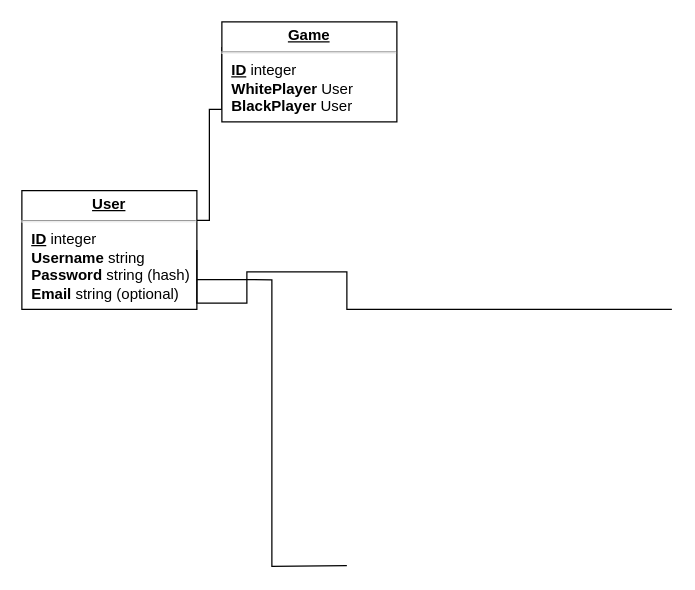
Earlier version of the draw.io diagram Untitled Diagram.drawio (Ultrasonic1209/chess-app-frontend). Source tidied: cells renumbered, new cells numbered last; positions are measured from the earlier drawing's top-left corner, leaving out a move shared by most shapes. Both pictures are drawn from the tidied source at 125%, with x=0, y=0 at pixel (21, 21).
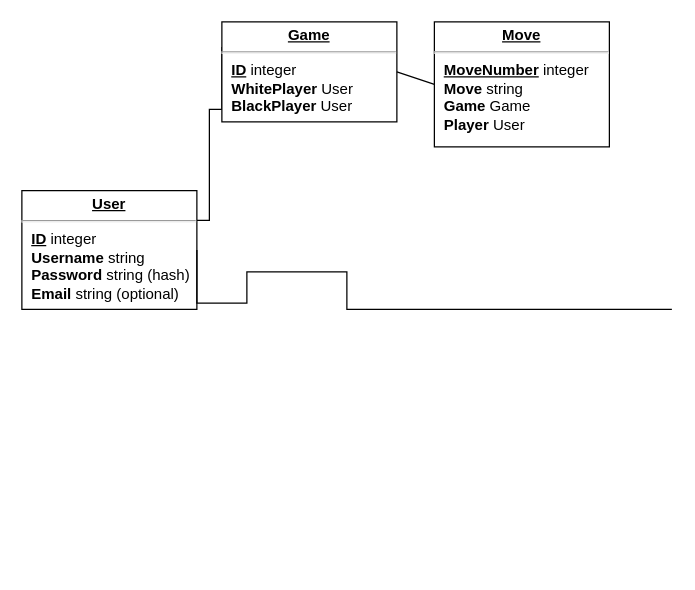
The same diagram, later.

Commit message:
should this be enough? lol

The edit, as a diff of the source:
```diff
@@
 <mxGraphModel>
   <root>
     <mxCell id="0" />
     <mxCell id="1" parent="0" />
     <mxCell id="2" style="edgeStyle=orthogonalEdgeStyle;rounded=0;html=1;exitX=1;exitY=0.25;labelBackgroundColor=none;endArrow=none;endFill=0;endSize=8;fontFamily=Verdana;fontSize=12;align=left;entryX=0;entryY=0.25;entryDx=0;entryDy=0;" parent="1" edge="1" source="3" target="6">
       <mxGeometry relative="1" as="geometry">
         <Array as="points">
           <mxPoint x="150" y="159" />
           <mxPoint x="150" y="70" />
           <mxPoint x="160" y="70" />
         </Array>
       </mxGeometry>
     </mxCell>
     <mxCell id="3" value="&lt;p style=&quot;margin: 0px ; margin-top: 4px ; text-align: center ; text-decoration: underline&quot;&gt;&lt;b&gt;User&lt;/b&gt;&lt;/p&gt;&lt;hr&gt;&lt;p style=&quot;margin: 0px ; margin-left: 8px&quot;&gt;&lt;b&gt;&lt;u&gt;ID&lt;/u&gt;&lt;/b&gt;&amp;nbsp;integer&lt;/p&gt;&lt;p style=&quot;margin: 0px ; margin-left: 8px&quot;&gt;&lt;b&gt;Username&lt;/b&gt;&lt;b style=&quot;font-style: italic;&quot;&gt;&amp;nbsp;&lt;/b&gt;string&lt;/p&gt;&lt;p style=&quot;margin: 0px ; margin-left: 8px&quot;&gt;&lt;b&gt;Password &lt;/b&gt;string (hash)&lt;/p&gt;&lt;p style=&quot;margin: 0px ; margin-left: 8px&quot;&gt;&lt;b&gt;Email &lt;/b&gt;string (optional)&lt;/p&gt;" style="verticalAlign=top;align=left;overflow=fill;fontSize=12;fontFamily=Helvetica;html=1;rounded=0;shadow=0;comic=0;labelBackgroundColor=none;strokeWidth=1;" parent="1" vertex="1">
       <mxGeometry y="135" width="140" height="95" as="geometry" />
     </mxCell>
     <mxCell id="4" style="edgeStyle=orthogonalEdgeStyle;rounded=0;html=1;entryX=1;entryY=0.5;labelBackgroundColor=none;endArrow=none;endFill=0;endSize=8;fontFamily=Verdana;fontSize=12;align=left;" parent="1" edge="1" target="3">
       <mxGeometry relative="1" as="geometry">
         <mxPoint x="520" y="230" as="sourcePoint" />
         <Array as="points">
           <mxPoint x="260" y="230" />
           <mxPoint x="260" y="200" />
           <mxPoint x="180" y="200" />
           <mxPoint x="180" y="225" />
         </Array>
       </mxGeometry>
     </mxCell>
-    <mxCell id="5" style="edgeStyle=orthogonalEdgeStyle;rounded=0;html=1;exitX=0;exitY=0.25;entryX=1;entryY=0.75;labelBackgroundColor=none;endArrow=none;endFill=0;endSize=8;fontFamily=Verdana;fontSize=12;align=left;" parent="1" edge="1" target="3">
-      <mxGeometry relative="1" as="geometry">
-        <mxPoint x="260" y="435" as="sourcePoint" />
-      </mxGeometry>
-    </mxCell>
     <mxCell id="6" value="&lt;p style=&quot;margin: 0px ; margin-top: 4px ; text-align: center ; text-decoration: underline&quot;&gt;&lt;b&gt;Game&lt;/b&gt;&lt;/p&gt;&lt;hr&gt;&lt;p style=&quot;margin: 0px ; margin-left: 8px&quot;&gt;&lt;b&gt;&lt;u&gt;ID&lt;/u&gt;&lt;/b&gt;&amp;nbsp;integer&lt;/p&gt;&lt;p style=&quot;margin: 0px ; margin-left: 8px&quot;&gt;&lt;b&gt;WhitePlayer&amp;nbsp;&lt;/b&gt;User&lt;/p&gt;&lt;p style=&quot;margin: 0px ; margin-left: 8px&quot;&gt;&lt;b&gt;BlackPlayer &lt;/b&gt;User&lt;/p&gt;" style="verticalAlign=top;align=left;overflow=fill;fontSize=12;fontFamily=Helvetica;html=1;rounded=0;shadow=0;comic=0;labelBackgroundColor=none;strokeWidth=1;" parent="1" vertex="1">
       <mxGeometry x="160" width="140" height="80" as="geometry" />
     </mxCell>
+    <mxCell id="7" value="&lt;p style=&quot;margin: 0px ; margin-top: 4px ; text-align: center ; text-decoration: underline&quot;&gt;&lt;b&gt;Move&lt;/b&gt;&lt;/p&gt;&lt;hr&gt;&lt;p style=&quot;margin: 0px ; margin-left: 8px&quot;&gt;&lt;b&gt;&lt;u&gt;MoveNumber&lt;/u&gt;&lt;/b&gt; integer&lt;/p&gt;&lt;p style=&quot;margin: 0px ; margin-left: 8px&quot;&gt;&lt;b&gt;Move &lt;/b&gt;string&lt;/p&gt;&lt;p style=&quot;margin: 0px ; margin-left: 8px&quot;&gt;&lt;b&gt;Game &lt;/b&gt;Game&lt;/p&gt;&lt;p style=&quot;margin: 0px ; margin-left: 8px&quot;&gt;&lt;b&gt;Player&amp;nbsp;&lt;/b&gt;User&lt;/p&gt;" style="verticalAlign=top;align=left;overflow=fill;fontSize=12;fontFamily=Helvetica;html=1;rounded=0;shadow=0;comic=0;labelBackgroundColor=none;strokeWidth=1;" parent="1" vertex="1">
+      <mxGeometry x="330" width="140" height="100" as="geometry" />
+    </mxCell>
+    <mxCell id="8" style="endArrow=none;html=1;rounded=0;exitX=1;exitY=0.5;exitDx=0;exitDy=0;entryX=0;entryY=0.5;entryDx=0;entryDy=0;" parent="1" edge="1" source="6" target="7">
+      <mxGeometry relative="1" as="geometry" />
+    </mxCell>
   </root>
 </mxGraphModel>
```
